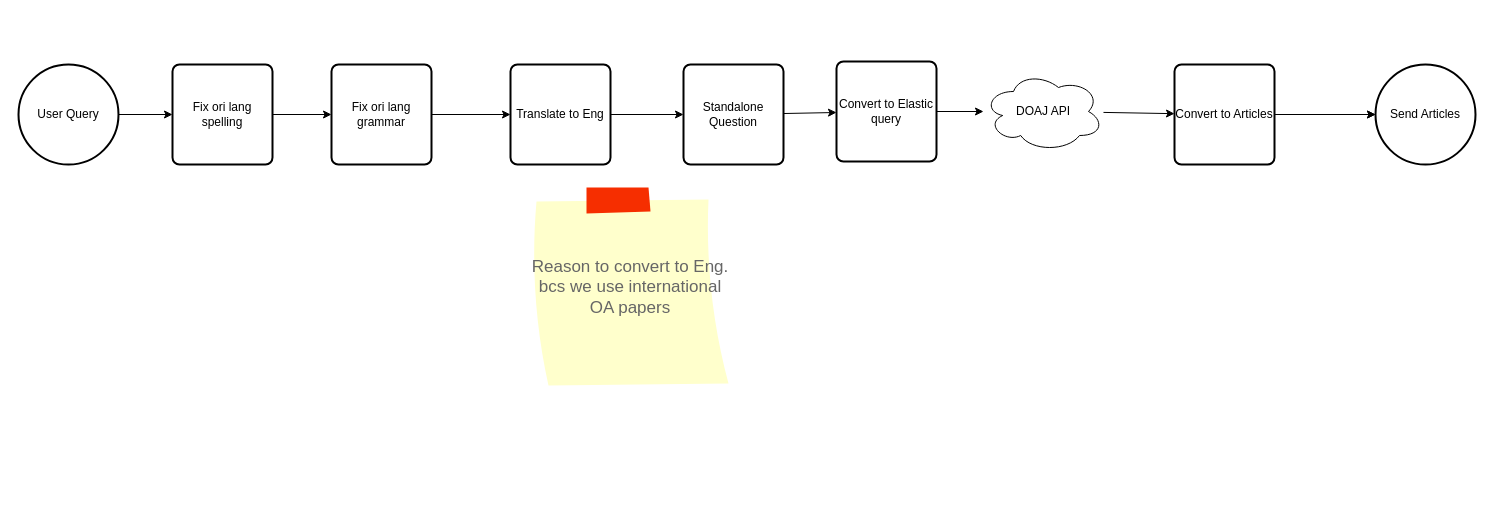
This is page "POC" (1 of 2) of diagrams/fetch-articles.drawio from Pusdip-ai/pusdip-ai-server, a draw.io file, before an edit. Source tidied: cells renumbered, new cells numbered last; positions are measured from the earlier drawing's top-left corner, leaving out a move shared by most shapes. Both pictures are drawn from the tidied source at 100%, with x=0, y=0 at pixel (18, 61).
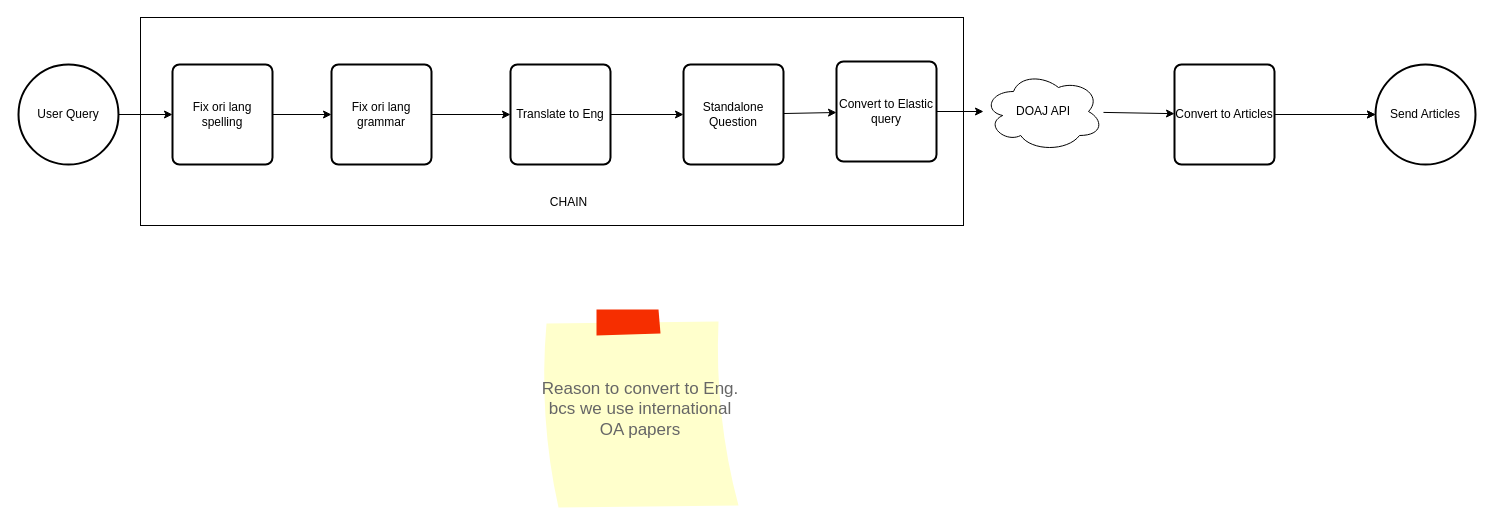
The same diagram, later.

The edit, as a diff of the source:
```diff
@@
     <mxCell id="18" value="Reason to convert to Eng. bcs we use international OA papers" style="strokeWidth=1;shadow=0;dashed=0;align=center;html=1;shape=mxgraph.mockup.text.stickyNote2;fontColor=#666666;mainText=;fontSize=17;whiteSpace=wrap;fillColor=#ffffcc;strokeColor=#F62E00;" parent="1" vertex="1">
-      <mxGeometry x="512" y="126" width="200" height="200" as="geometry" />
+      <mxGeometry x="522" y="248" width="200" height="200" as="geometry" />
     </mxCell>
@@
+    <mxCell id="21" style="rounded=0;whiteSpace=wrap;html=1;fillColor=none;" parent="1" vertex="1">
+      <mxGeometry x="122" y="-44" width="823" height="208" as="geometry" />
+    </mxCell>
+    <mxCell id="22" value="CHAIN" style="text;html=1;align=center;verticalAlign=middle;strokeColor=none;fillColor=none;" parent="1" vertex="1">
+      <mxGeometry x="522" y="128" width="55" height="26" as="geometry" />
+    </mxCell>
```
